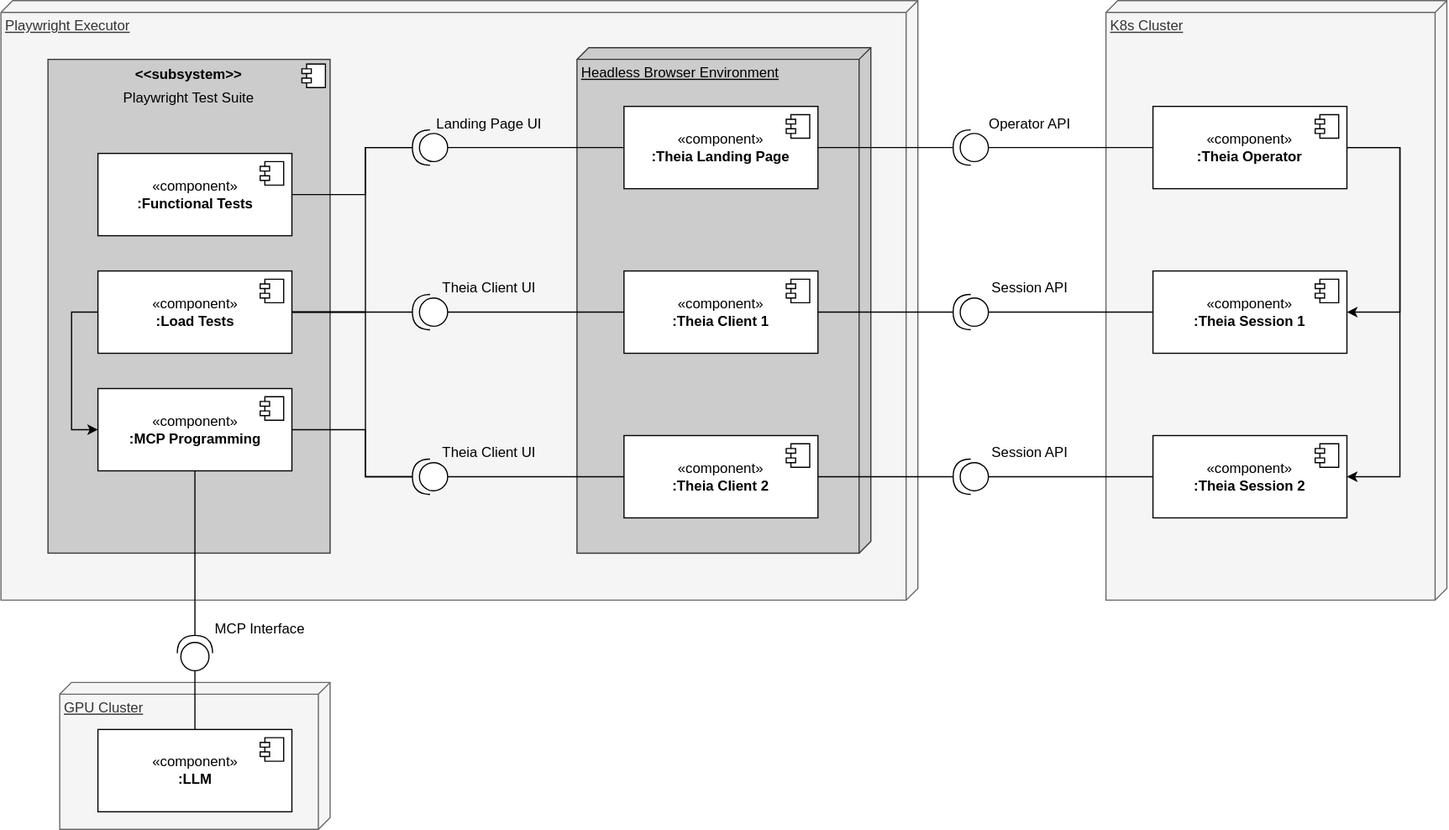
Above: figures/proposal/deployment_diagram.svg in tobikli/ba-thesis (draw.io), before the change. Source tidied: cells renumbered, new cells last; positions are measured from the earlier drawing's top-left corner, leaving out a move shared by most shapes.
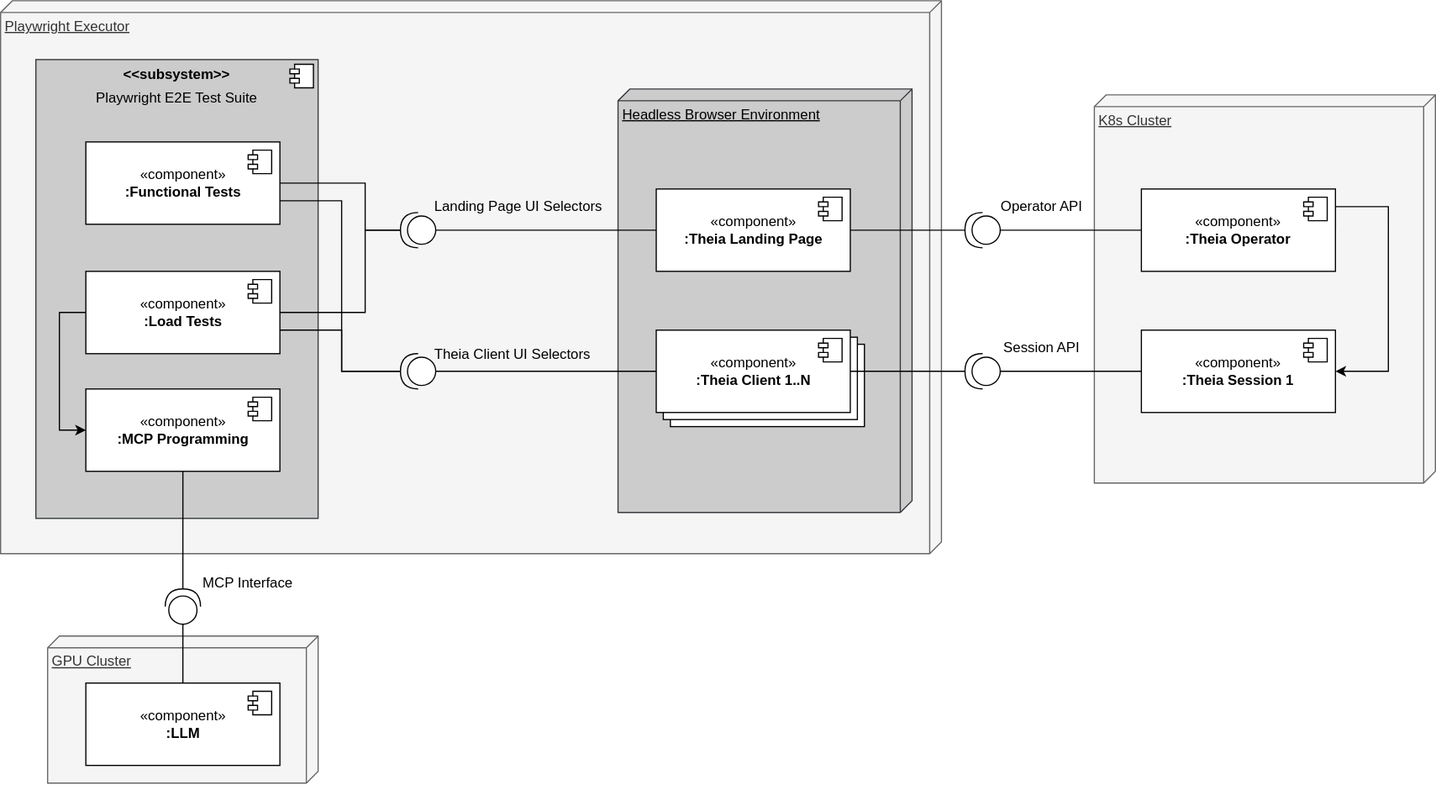
After the change.

Change to the diagram source:
```diff
@@ -3,35 +3,27 @@
     <mxCell id="0" />
     <mxCell id="1" parent="0" />
     <mxCell id="2" value="K8s Cluster" style="verticalAlign=top;align=left;spacingTop=8;spacingLeft=2;spacingRight=12;shape=cube;size=10;direction=south;fontStyle=4;html=1;whiteSpace=wrap;fillColor=#f5f5f5;strokeColor=#666666;fontColor=#333333;" parent="1" vertex="1">
-      <mxGeometry x="940" width="290" height="510" as="geometry" />
+      <mxGeometry x="940" y="80" width="290" height="330" as="geometry" />
     </mxCell>
     <mxCell id="3" value="GPU Cluster" style="verticalAlign=top;align=left;spacingTop=8;spacingLeft=2;spacingRight=12;shape=cube;size=10;direction=south;fontStyle=4;html=1;whiteSpace=wrap;fillColor=#f5f5f5;strokeColor=#666666;fontColor=#333333;" parent="1" vertex="1">
-      <mxGeometry x="50" y="580" width="230" height="125" as="geometry" />
+      <mxGeometry x="50" y="540" width="230" height="125" as="geometry" />
     </mxCell>
     <mxCell id="4" value="Playwright Executor" style="verticalAlign=top;align=left;spacingTop=8;spacingLeft=2;spacingRight=12;shape=cube;size=10;direction=south;fontStyle=4;html=1;whiteSpace=wrap;fillColor=#f5f5f5;strokeColor=#666666;fontColor=#333333;" parent="1" vertex="1">
-      <mxGeometry width="780" height="510" as="geometry" />
+      <mxGeometry x="10" width="800" height="470" as="geometry" />
     </mxCell>
     <mxCell id="5" value="Headless Browser Environment" style="verticalAlign=top;align=left;spacingTop=8;spacingLeft=2;spacingRight=12;shape=cube;size=10;direction=south;fontStyle=4;html=1;whiteSpace=wrap;fillColor=#CCCCCC;strokeColor=#36393d;" parent="1" vertex="1">
-      <mxGeometry x="490" y="40" width="250" height="430" as="geometry" />
+      <mxGeometry x="535" y="75" width="250" height="360" as="geometry" />
     </mxCell>
-    <mxCell id="6" value="&lt;p style=&quot;margin:0px;margin-top:6px;text-align:center;&quot;&gt;&lt;b&gt;&amp;lt;&amp;lt;subsystem&amp;gt;&amp;gt;&lt;/b&gt;&lt;/p&gt;&lt;p style=&quot;margin:0px;margin-top:6px;text-align:center;&quot;&gt;Playwright Test Suite&lt;/p&gt;" style="align=left;overflow=fill;html=1;whiteSpace=wrap;fillColor=#CCCCCC;strokeColor=#36393d;" parent="1" vertex="1">
-      <mxGeometry x="40" y="50" width="240" height="420" as="geometry" />
+    <mxCell id="6" value="&lt;p style=&quot;margin:0px;margin-top:6px;text-align:center;&quot;&gt;&lt;b&gt;&amp;lt;&amp;lt;subsystem&amp;gt;&amp;gt;&lt;/b&gt;&lt;/p&gt;&lt;p style=&quot;margin:0px;margin-top:6px;text-align:center;&quot;&gt;Playwright E2E Test Suite&lt;/p&gt;" style="align=left;overflow=fill;html=1;whiteSpace=wrap;fillColor=#CCCCCC;strokeColor=#36393d;" parent="1" vertex="1">
+      <mxGeometry x="40" y="50" width="240" height="390" as="geometry" />
     </mxCell>
     <mxCell id="7" style="shape=component;jettyWidth=8;jettyHeight=4;" parent="6" vertex="1">
       <mxGeometry x="1" width="20" height="20" relative="1" as="geometry">
         <mxPoint x="-24" y="4" as="offset" />
       </mxGeometry>
     </mxCell>
-    <mxCell id="8" style="edgeStyle=orthogonalEdgeStyle;rounded=0;jettySize=auto;html=1;endArrow=none;startFill=0;" parent="1" edge="1" source="9" target="25">
-      <mxGeometry relative="1" as="geometry">
-        <Array as="points">
-          <mxPoint x="310" y="165" />
-          <mxPoint x="310" y="125" />
-        </Array>
-      </mxGeometry>
-    </mxCell>
     <mxCell id="9" value="«component»&lt;br&gt;&lt;b&gt;:Functional Tests&lt;/b&gt;" style="html=1;whiteSpace=wrap;" parent="1" vertex="1">
-      <mxGeometry x="82.5" y="130" width="165" height="70" as="geometry" />
+      <mxGeometry x="82.5" y="120" width="165" height="70" as="geometry" />
     </mxCell>
     <mxCell id="10" style="shape=module;jettyWidth=8;jettyHeight=4;" parent="9" vertex="1">
       <mxGeometry x="1" width="20" height="20" relative="1" as="geometry">
@@ -54,14 +46,6 @@
         <mxPoint x="-27" y="7" as="offset" />
       </mxGeometry>
     </mxCell>
-    <mxCell id="14" style="edgeStyle=orthogonalEdgeStyle;rounded=0;jettySize=auto;html=1;endArrow=none;startFill=0;" parent="1" edge="1" source="15" target="31">
-      <mxGeometry relative="1" as="geometry">
-        <Array as="points">
-          <mxPoint x="310" y="365" />
-          <mxPoint x="310" y="405" />
-        </Array>
-      </mxGeometry>
-    </mxCell>
     <mxCell id="15" value="«component»&lt;br&gt;&lt;b&gt;:MCP Programming&lt;/b&gt;" style="html=1;whiteSpace=wrap;" parent="1" vertex="1">
       <mxGeometry x="82.5" y="330" width="165" height="70" as="geometry" />
     </mxCell>
@@ -71,173 +55,147 @@
       </mxGeometry>
     </mxCell>
     <mxCell id="17" style="ellipse;whiteSpace=wrap;html=1;align=center;fillColor=none;strokeColor=none;perimeter=centerPerimeter;" parent="1" vertex="1">
-      <mxGeometry x="150" y="600" width="10" height="10" as="geometry" />
+      <mxGeometry x="150" y="560" width="10" height="10" as="geometry" />
     </mxCell>
     <mxCell id="18" style="shape=providedRequiredInterface;html=1;verticalLabelPosition=bottom;sketch=0;direction=north;" parent="1" vertex="1">
-      <mxGeometry x="150" y="540" width="30" height="30" as="geometry" />
+      <mxGeometry x="150" y="500" width="30" height="30" as="geometry" />
     </mxCell>
     <mxCell id="19" style="edgeStyle=orthogonalEdgeStyle;rounded=0;jettySize=auto;html=1;entryX=1;entryY=0.5;entryDx=0;entryDy=0;entryPerimeter=0;endArrow=none;startFill=0;" parent="1" edge="1" source="15" target="18">
       <mxGeometry relative="1" as="geometry" />
     </mxCell>
     <mxCell id="20" value="MCP Interface" style="text;html=1;align=center;verticalAlign=middle;strokeColor=none;fillColor=none;" parent="1" vertex="1">
-      <mxGeometry x="170" y="520" width="100" height="30" as="geometry" />
+      <mxGeometry x="170" y="480" width="100" height="30" as="geometry" />
     </mxCell>
     <mxCell id="21" style="edgeStyle=orthogonalEdgeStyle;rounded=0;jettySize=auto;html=1;endArrow=none;startFill=0;entryX=0;entryY=0.5;entryDx=0;entryDy=0;entryPerimeter=0;" parent="1" edge="1" source="22" target="18">
       <mxGeometry relative="1" as="geometry" />
     </mxCell>
     <mxCell id="22" value="«component»&lt;br&gt;&lt;b&gt;:LLM&lt;/b&gt;" style="html=1;whiteSpace=wrap;" parent="1" vertex="1">
-      <mxGeometry x="82.5" y="620" width="165" height="70" as="geometry" />
+      <mxGeometry x="82.5" y="580" width="165" height="70" as="geometry" />
     </mxCell>
     <mxCell id="23" style="shape=module;jettyWidth=8;jettyHeight=4;" parent="22" vertex="1">
       <mxGeometry x="1" width="20" height="20" relative="1" as="geometry">
         <mxPoint x="-27" y="7" as="offset" />
       </mxGeometry>
     </mxCell>
-    <mxCell id="24" style="edgeStyle=orthogonalEdgeStyle;rounded=0;jettySize=auto;html=1;endArrow=none;startFill=0;" parent="1" edge="1" source="25" target="34">
+    <mxCell id="24" style="edgeStyle=orthogonalEdgeStyle;rounded=0;jettySize=auto;html=1;endArrow=none;startFill=0;entryX=0;entryY=0.5;entryDx=0;entryDy=0;" parent="1" edge="1" source="25" target="34">
       <mxGeometry relative="1" as="geometry" />
     </mxCell>
     <mxCell id="25" style="shape=providedRequiredInterface;html=1;verticalLabelPosition=bottom;sketch=0;direction=west;" parent="1" vertex="1">
-      <mxGeometry x="350" y="110" width="30" height="30" as="geometry" />
+      <mxGeometry x="350" y="180" width="30" height="30" as="geometry" />
     </mxCell>
-    <mxCell id="26" value="Landing Page UI" style="text;html=1;align=center;verticalAlign=middle;strokeColor=none;fillColor=none;" parent="1" vertex="1">
-      <mxGeometry x="360" y="90" width="110" height="30" as="geometry" />
+    <mxCell id="26" value="Landing Page UI Selectors" style="text;html=1;align=center;verticalAlign=middle;strokeColor=none;fillColor=none;" parent="1" vertex="1">
+      <mxGeometry x="365" y="160" width="170" height="30" as="geometry" />
     </mxCell>
     <mxCell id="27" style="edgeStyle=orthogonalEdgeStyle;rounded=0;jettySize=auto;html=1;endArrow=none;startFill=0;" parent="1" edge="1" source="28" target="37">
       <mxGeometry relative="1" as="geometry" />
     </mxCell>
     <mxCell id="28" style="shape=providedRequiredInterface;html=1;verticalLabelPosition=bottom;sketch=0;direction=west;" parent="1" vertex="1">
-      <mxGeometry x="350" y="250" width="30" height="30" as="geometry" />
+      <mxGeometry x="350" y="300" width="30" height="30" as="geometry" />
     </mxCell>
-    <mxCell id="29" value="Theia Client UI" style="text;html=1;align=center;verticalAlign=middle;strokeColor=none;fillColor=none;" parent="1" vertex="1">
-      <mxGeometry x="365" y="230" width="100" height="30" as="geometry" />
+    <mxCell id="29" value="Theia Client UI Selectors" style="text;html=1;align=center;verticalAlign=middle;strokeColor=none;fillColor=none;" parent="1" vertex="1">
+      <mxGeometry x="365" y="286" width="160" height="30" as="geometry" />
     </mxCell>
-    <mxCell id="30" style="edgeStyle=orthogonalEdgeStyle;rounded=0;jettySize=auto;html=1;endArrow=none;startFill=0;" parent="1" edge="1" source="31" target="40">
-      <mxGeometry relative="1" as="geometry" />
-    </mxCell>
-    <mxCell id="31" style="shape=providedRequiredInterface;html=1;verticalLabelPosition=bottom;sketch=0;direction=west;" parent="1" vertex="1">
-      <mxGeometry x="350" y="390" width="30" height="30" as="geometry" />
-    </mxCell>
-    <mxCell id="32" value="Theia Client UI" style="text;html=1;align=center;verticalAlign=middle;strokeColor=none;fillColor=none;" parent="1" vertex="1">
-      <mxGeometry x="365" y="370" width="100" height="30" as="geometry" />
-    </mxCell>
     <mxCell id="33" style="edgeStyle=orthogonalEdgeStyle;rounded=0;jettySize=auto;html=1;endArrow=none;startFill=0;" parent="1" edge="1" source="34" target="50">
       <mxGeometry relative="1" as="geometry" />
     </mxCell>
     <mxCell id="34" value="«component»&lt;br&gt;&lt;b&gt;:Theia Landing Page&lt;/b&gt;" style="html=1;whiteSpace=wrap;" parent="1" vertex="1">
-      <mxGeometry x="530" y="90" width="165" height="70" as="geometry" />
+      <mxGeometry x="567.5" y="160" width="165" height="70" as="geometry" />
     </mxCell>
     <mxCell id="35" style="shape=module;jettyWidth=8;jettyHeight=4;" parent="34" vertex="1">
       <mxGeometry x="1" width="20" height="20" relative="1" as="geometry">
         <mxPoint x="-27" y="7" as="offset" />
       </mxGeometry>
     </mxCell>
-    <mxCell id="36" style="edgeStyle=orthogonalEdgeStyle;rounded=0;jettySize=auto;html=1;endArrow=none;startFill=0;" parent="1" edge="1" source="37" target="53">
-      <mxGeometry relative="1" as="geometry" />
-    </mxCell>
-    <mxCell id="37" value="«component»&lt;br&gt;&lt;b&gt;:Theia Client 1&lt;/b&gt;" style="html=1;whiteSpace=wrap;" parent="1" vertex="1">
-      <mxGeometry x="530" y="230" width="165" height="70" as="geometry" />
-    </mxCell>
-    <mxCell id="38" style="shape=module;jettyWidth=8;jettyHeight=4;" parent="37" vertex="1">
-      <mxGeometry x="1" width="20" height="20" relative="1" as="geometry">
-        <mxPoint x="-27" y="7" as="offset" />
-      </mxGeometry>
-    </mxCell>
-    <mxCell id="39" style="edgeStyle=orthogonalEdgeStyle;rounded=0;jettySize=auto;html=1;endArrow=none;startFill=0;" parent="1" edge="1" source="40" target="56">
-      <mxGeometry relative="1" as="geometry" />
-    </mxCell>
-    <mxCell id="40" value="«component»&lt;br&gt;&lt;b&gt;:Theia Client 2&lt;/b&gt;" style="html=1;whiteSpace=wrap;" parent="1" vertex="1">
-      <mxGeometry x="530" y="370" width="165" height="70" as="geometry" />
-    </mxCell>
-    <mxCell id="41" style="shape=module;jettyWidth=8;jettyHeight=4;" parent="40" vertex="1">
-      <mxGeometry x="1" width="20" height="20" relative="1" as="geometry">
-        <mxPoint x="-27" y="7" as="offset" />
-      </mxGeometry>
-    </mxCell>
     <mxCell id="42" style="edgeStyle=orthogonalEdgeStyle;rounded=0;jettySize=auto;html=1;entryX=1;entryY=0.5;entryDx=0;entryDy=0;exitX=1;exitY=0.5;exitDx=0;exitDy=0;" parent="1" edge="1" source="44" target="58">
       <mxGeometry relative="1" as="geometry">
         <Array as="points">
-          <mxPoint x="1190" y="125" />
-          <mxPoint x="1190" y="265" />
+          <mxPoint x="1190" y="175" />
+          <mxPoint x="1190" y="315" />
         </Array>
       </mxGeometry>
     </mxCell>
-    <mxCell id="43" style="edgeStyle=orthogonalEdgeStyle;rounded=0;jettySize=auto;html=1;entryX=1;entryY=0.5;entryDx=0;entryDy=0;exitX=1;exitY=0.5;exitDx=0;exitDy=0;" parent="1" edge="1" source="44" target="60">
-      <mxGeometry relative="1" as="geometry">
-        <Array as="points">
-          <mxPoint x="1190" y="125" />
-          <mxPoint x="1190" y="405" />
-        </Array>
-      </mxGeometry>
-    </mxCell>
     <mxCell id="44" value="«component»&lt;br&gt;&lt;b&gt;:Theia Operator&lt;/b&gt;" style="html=1;whiteSpace=wrap;" parent="1" vertex="1">
-      <mxGeometry x="980" y="90" width="165" height="70" as="geometry" />
+      <mxGeometry x="980" y="160" width="165" height="70" as="geometry" />
     </mxCell>
     <mxCell id="45" style="shape=module;jettyWidth=8;jettyHeight=4;" parent="44" vertex="1">
       <mxGeometry x="1" width="20" height="20" relative="1" as="geometry">
         <mxPoint x="-27" y="7" as="offset" />
       </mxGeometry>
     </mxCell>
-    <mxCell id="46" style="edgeStyle=orthogonalEdgeStyle;rounded=0;jettySize=auto;html=1;entryX=1;entryY=0.5;entryDx=0;entryDy=0;entryPerimeter=0;endArrow=none;startFill=0;" parent="1" edge="1" source="12" target="28">
-      <mxGeometry relative="1" as="geometry" />
-    </mxCell>
-    <mxCell id="47" style="edgeStyle=orthogonalEdgeStyle;rounded=0;jettySize=auto;html=1;entryX=1;entryY=0.5;entryDx=0;entryDy=0;entryPerimeter=0;endArrow=none;startFill=0;" parent="1" edge="1" source="12" target="31">
-      <mxGeometry relative="1" as="geometry">
-        <Array as="points">
-          <mxPoint x="310" y="265" />
-          <mxPoint x="310" y="405" />
-        </Array>
-      </mxGeometry>
-    </mxCell>
-    <mxCell id="48" style="edgeStyle=orthogonalEdgeStyle;rounded=0;jettySize=auto;html=1;entryX=1;entryY=0.5;entryDx=0;entryDy=0;entryPerimeter=0;endArrow=none;startFill=0;" parent="1" edge="1" source="12" target="25">
-      <mxGeometry relative="1" as="geometry">
-        <Array as="points">
-          <mxPoint x="310" y="265" />
-          <mxPoint x="310" y="125" />
-        </Array>
-      </mxGeometry>
-    </mxCell>
     <mxCell id="49" style="edgeStyle=orthogonalEdgeStyle;rounded=0;jettySize=auto;html=1;endArrow=none;startFill=0;" parent="1" edge="1" source="50" target="44">
       <mxGeometry relative="1" as="geometry" />
     </mxCell>
     <mxCell id="50" style="shape=providedRequiredInterface;html=1;verticalLabelPosition=bottom;sketch=0;direction=west;" parent="1" vertex="1">
-      <mxGeometry x="810" y="110" width="30" height="30" as="geometry" />
+      <mxGeometry x="830" y="180" width="30" height="30" as="geometry" />
     </mxCell>
     <mxCell id="51" value="Operator API" style="text;html=1;align=center;verticalAlign=middle;strokeColor=none;fillColor=none;" parent="1" vertex="1">
-      <mxGeometry x="830" y="90" width="90" height="30" as="geometry" />
+      <mxGeometry x="850" y="160" width="90" height="30" as="geometry" />
     </mxCell>
     <mxCell id="52" style="edgeStyle=orthogonalEdgeStyle;rounded=0;jettySize=auto;html=1;endArrow=none;startFill=0;" parent="1" edge="1" source="53" target="58">
       <mxGeometry relative="1" as="geometry" />
     </mxCell>
     <mxCell id="53" style="shape=providedRequiredInterface;html=1;verticalLabelPosition=bottom;sketch=0;direction=west;" parent="1" vertex="1">
-      <mxGeometry x="810" y="250" width="30" height="30" as="geometry" />
+      <mxGeometry x="830" y="300" width="30" height="30" as="geometry" />
     </mxCell>
     <mxCell id="54" value="Session API" style="text;html=1;align=center;verticalAlign=middle;strokeColor=none;fillColor=none;" parent="1" vertex="1">
-      <mxGeometry x="830" y="230" width="90" height="30" as="geometry" />
+      <mxGeometry x="850" y="280" width="90" height="30" as="geometry" />
     </mxCell>
-    <mxCell id="55" style="edgeStyle=orthogonalEdgeStyle;rounded=0;jettySize=auto;html=1;endArrow=none;startFill=0;" parent="1" edge="1" source="56" target="60">
-      <mxGeometry relative="1" as="geometry" />
-    </mxCell>
-    <mxCell id="56" style="shape=providedRequiredInterface;html=1;verticalLabelPosition=bottom;sketch=0;direction=west;" parent="1" vertex="1">
-      <mxGeometry x="810" y="390" width="30" height="30" as="geometry" />
-    </mxCell>
-    <mxCell id="57" value="Session API" style="text;html=1;align=center;verticalAlign=middle;strokeColor=none;fillColor=none;" parent="1" vertex="1">
-      <mxGeometry x="830" y="370" width="90" height="30" as="geometry" />
-    </mxCell>
     <mxCell id="58" value="«component»&lt;br&gt;&lt;b&gt;:Theia Session 1&lt;/b&gt;" style="html=1;whiteSpace=wrap;" parent="1" vertex="1">
-      <mxGeometry x="980" y="230" width="165" height="70" as="geometry" />
+      <mxGeometry x="980" y="280" width="165" height="70" as="geometry" />
     </mxCell>
     <mxCell id="59" style="shape=module;jettyWidth=8;jettyHeight=4;" parent="58" vertex="1">
       <mxGeometry x="1" width="20" height="20" relative="1" as="geometry">
         <mxPoint x="-27" y="7" as="offset" />
       </mxGeometry>
     </mxCell>
-    <mxCell id="60" value="«component»&lt;br&gt;&lt;b&gt;:Theia Session 2&lt;/b&gt;" style="html=1;whiteSpace=wrap;" parent="1" vertex="1">
-      <mxGeometry x="980" y="370" width="165" height="70" as="geometry" />
-    </mxCell>
-    <mxCell id="61" style="shape=module;jettyWidth=8;jettyHeight=4;" parent="60" vertex="1">
-      <mxGeometry x="1" width="20" height="20" relative="1" as="geometry">
-        <mxPoint x="-27" y="7" as="offset" />
-      </mxGeometry>
-    </mxCell>
+    <mxCell id="8" style="edgeStyle=orthogonalEdgeStyle;rounded=0;jettySize=auto;html=1;entryX=1;entryY=0.5;entryDx=0;entryDy=0;entryPerimeter=0;endArrow=none;startFill=0;" parent="1" edge="1" source="9" target="25">
+      <mxGeometry relative="1" as="geometry">
+        <Array as="points">
+          <mxPoint x="320" y="155" />
+          <mxPoint x="320" y="195" />
+        </Array>
+      </mxGeometry>
+    </mxCell>
+    <mxCell id="62" value="«component»&lt;br&gt;&lt;b&gt;:Theia Client 1..N&lt;/b&gt;" style="html=1;whiteSpace=wrap;" parent="1" vertex="1">
+      <mxGeometry x="579.5" y="292" width="165" height="70" as="geometry" />
+    </mxCell>
+    <mxCell id="63" value="«component»&lt;br&gt;&lt;b&gt;:Theia Client 1..N&lt;/b&gt;" style="html=1;whiteSpace=wrap;" parent="1" vertex="1">
+      <mxGeometry x="573.5" y="286" width="165" height="70" as="geometry" />
+    </mxCell>
+    <mxCell id="48" style="edgeStyle=orthogonalEdgeStyle;rounded=0;jettySize=auto;html=1;entryX=1;entryY=0.5;entryDx=0;entryDy=0;entryPerimeter=0;endArrow=none;startFill=0;" parent="1" edge="1" source="12" target="25">
+      <mxGeometry relative="1" as="geometry">
+        <Array as="points">
+          <mxPoint x="320" y="265" />
+          <mxPoint x="320" y="195" />
+        </Array>
+      </mxGeometry>
+    </mxCell>
+    <mxCell id="46" style="edgeStyle=orthogonalEdgeStyle;rounded=0;jettySize=auto;html=1;entryX=1;entryY=0.5;entryDx=0;entryDy=0;entryPerimeter=0;endArrow=none;startFill=0;" parent="1" edge="1" source="12" target="28">
+      <mxGeometry relative="1" as="geometry">
+        <Array as="points">
+          <mxPoint x="300" y="280" />
+          <mxPoint x="300" y="315" />
+        </Array>
+      </mxGeometry>
+    </mxCell>
+    <mxCell id="64" style="edgeStyle=orthogonalEdgeStyle;rounded=0;jettySize=auto;html=1;entryX=1;entryY=0.5;entryDx=0;entryDy=0;entryPerimeter=0;endArrow=none;startFill=0;" parent="1" edge="1" source="9" target="28">
+      <mxGeometry relative="1" as="geometry">
+        <Array as="points">
+          <mxPoint x="300" y="170" />
+          <mxPoint x="300" y="315" />
+        </Array>
+      </mxGeometry>
+    </mxCell>
+    <mxCell id="37" value="«component»&lt;br&gt;&lt;b&gt;:Theia Client 1..N&lt;/b&gt;" style="html=1;whiteSpace=wrap;" parent="1" vertex="1">
+      <mxGeometry x="567.5" y="280" width="165" height="70" as="geometry" />
+    </mxCell>
+    <mxCell id="38" style="shape=module;jettyWidth=8;jettyHeight=4;" parent="37" vertex="1">
+      <mxGeometry x="1" width="20" height="20" relative="1" as="geometry">
+        <mxPoint x="-27" y="7" as="offset" />
+      </mxGeometry>
+    </mxCell>
+    <mxCell id="36" style="edgeStyle=orthogonalEdgeStyle;rounded=0;jettySize=auto;html=1;endArrow=none;startFill=0;" parent="1" edge="1" source="37" target="53">
+      <mxGeometry relative="1" as="geometry" />
+    </mxCell>
   </root>
 </mxGraphModel>
```
